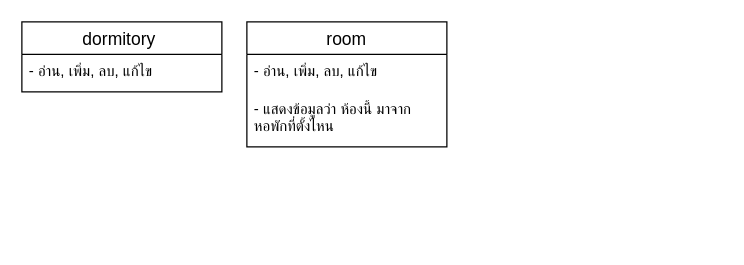
This is page "หน้า-2" (2 of 2) of databaseDesign.drawio from WanchaiSae/rentHorPa, a draw.io file, before an edit. Source tidied: cells renumbered, new cells numbered last; positions are measured from the earlier drawing's top-left corner, leaving out a move shared by most shapes. Both pictures are drawn from the tidied source at 125%, with x=0, y=0 at pixel (21, 21).
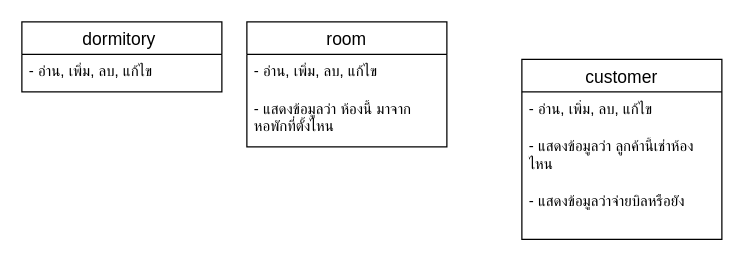
The same diagram, later.

The edit, as a diff of the source:
```diff
@@
 <mxGraphModel>
   <root>
     <mxCell id="0" />
     <mxCell id="1" parent="0" />
     <mxCell id="2" value="dormitory " style="swimlane;fontStyle=0;horizontal=1;startSize=26;align=center;fontSize=14;" parent="1" vertex="1">
       <mxGeometry width="160" height="56" as="geometry" />
     </mxCell>
     <mxCell id="3" value="- อ่าน, เพิ่ม, ลบ, แก้ไข" style="text;strokeColor=none;fillColor=none;spacingLeft=4;spacingRight=4;overflow=hidden;fontSize=12;whiteSpace=wrap;html=1;" parent="2" vertex="1">
       <mxGeometry y="26" width="160" height="30" as="geometry" />
     </mxCell>
     <mxCell id="4" value="room" style="swimlane;fontStyle=0;horizontal=1;startSize=26;align=center;fontSize=14;" parent="1" vertex="1">
       <mxGeometry x="180" width="160" height="100" as="geometry" />
     </mxCell>
     <mxCell id="5" value="- อ่าน,&amp;nbsp;เพิ่ม, ลบ, แก้ไข" style="text;strokeColor=none;fillColor=none;spacingLeft=4;spacingRight=4;overflow=hidden;fontSize=12;whiteSpace=wrap;html=1;" parent="4" vertex="1">
       <mxGeometry y="26" width="160" height="30" as="geometry" />
     </mxCell>
     <mxCell id="6" value="- แสดงข้อมูลว่า ห้องนี้ มาจาก หอพักที่ตั้งไหน" style="text;strokeColor=none;fillColor=none;spacingLeft=4;spacingRight=4;overflow=hidden;fontSize=12;whiteSpace=wrap;html=1;" parent="4" vertex="1">
       <mxGeometry y="56" width="160" height="44" as="geometry" />
     </mxCell>
+    <mxCell id="7" value="customer" style="swimlane;fontStyle=0;horizontal=1;startSize=26;align=center;fontSize=14;" parent="1" vertex="1">
+      <mxGeometry x="400" y="30" width="160" height="144" as="geometry" />
+    </mxCell>
+    <mxCell id="8" value="- อ่าน,&amp;nbsp;เพิ่ม, ลบ, แก้ไข" style="text;strokeColor=none;fillColor=none;spacingLeft=4;spacingRight=4;overflow=hidden;fontSize=12;whiteSpace=wrap;html=1;" parent="7" vertex="1">
+      <mxGeometry y="26" width="160" height="30" as="geometry" />
+    </mxCell>
+    <mxCell id="9" value="- แสดงข้อมูลว่า ลูกค้านี้เช่าห้องไหน" style="text;strokeColor=none;fillColor=none;spacingLeft=4;spacingRight=4;overflow=hidden;fontSize=12;whiteSpace=wrap;html=1;" parent="7" vertex="1">
+      <mxGeometry y="56" width="160" height="44" as="geometry" />
+    </mxCell>
+    <mxCell id="10" value="- แสดงข้อมูลว่าจ่ายบิลหรือยัง" style="text;strokeColor=none;fillColor=none;spacingLeft=4;spacingRight=4;overflow=hidden;fontSize=12;whiteSpace=wrap;html=1;" parent="7" vertex="1">
+      <mxGeometry y="100" width="160" height="44" as="geometry" />
+    </mxCell>
   </root>
 </mxGraphModel>
```
